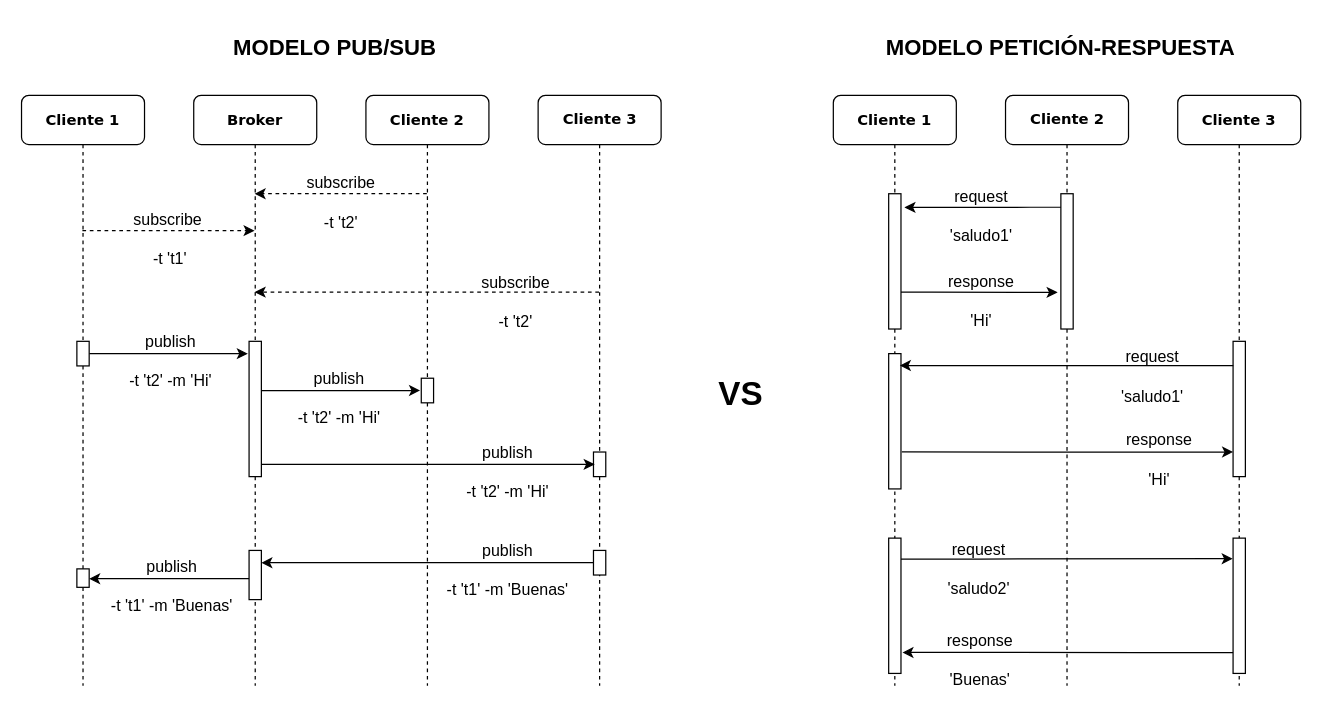
Above: DOCUMENTOS/assets/DRAWIODIAGRAMS/pubsubvsreqresp.drawio in fran1215/TFG (draw.io), before the change. Source tidied: cells renumbered, new cells numbered last; positions are measured from the earlier drawing's top-left corner, leaving out a move shared by most shapes. Both pictures are drawn from the tidied source at 123%, with x=0, y=0 at pixel (21, 21).
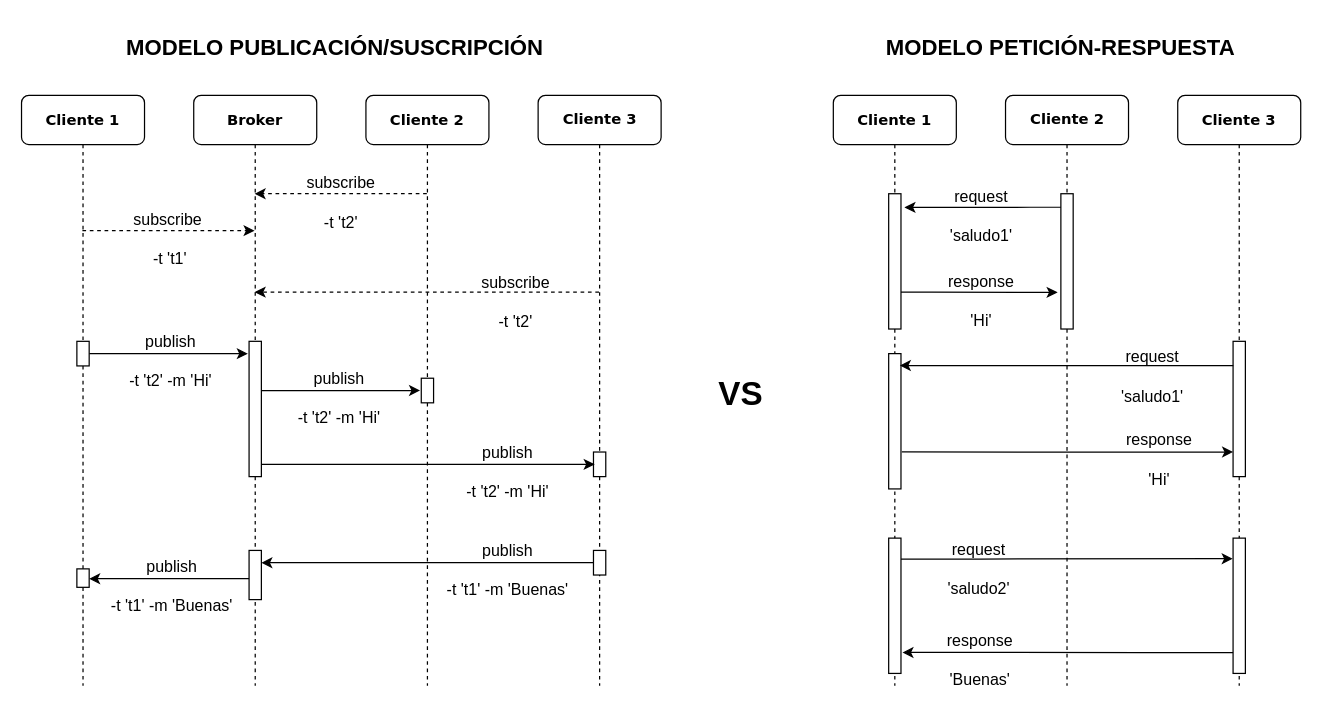
Above is the later version.

The edit, as a diff of the source:
```diff
@@
-    <mxCell id="38" value="MODELO PUB/SUB" style="text;align=center;verticalAlign=middle;strokeColor=none;fillColor=none;fontStyle=1;fontSize=18;" parent="1" vertex="1">
-      <mxGeometry x="160" width="190" height="40" as="geometry" />
+    <mxCell id="38" value="MODELO PUBLICACIÓN/SUSCRIPCIÓN" style="text;align=center;verticalAlign=middle;strokeColor=none;fillColor=none;fontStyle=1;fontSize=18;" parent="1" vertex="1">
+      <mxGeometry x="75" width="360" height="40" as="geometry" />
     </mxCell>
```
